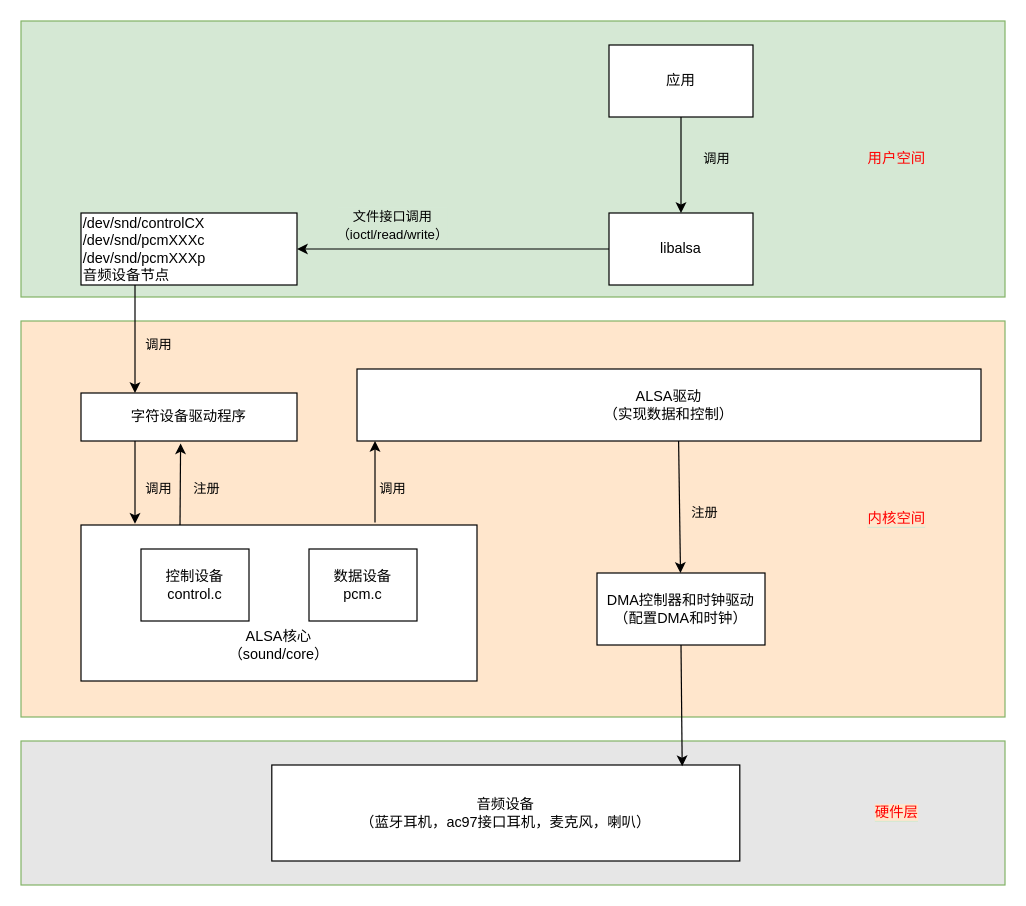
Allinaent/share keeps this draw.io diagram as alsa.drawio. Above is the earlier version. Source tidied: cells renumbered, new cells numbered last; positions are measured from the earlier drawing's top-left corner, leaving out a move shared by most shapes. Both pictures are drawn from the tidied source at 120%, with x=0, y=0 at pixel (20, 20).
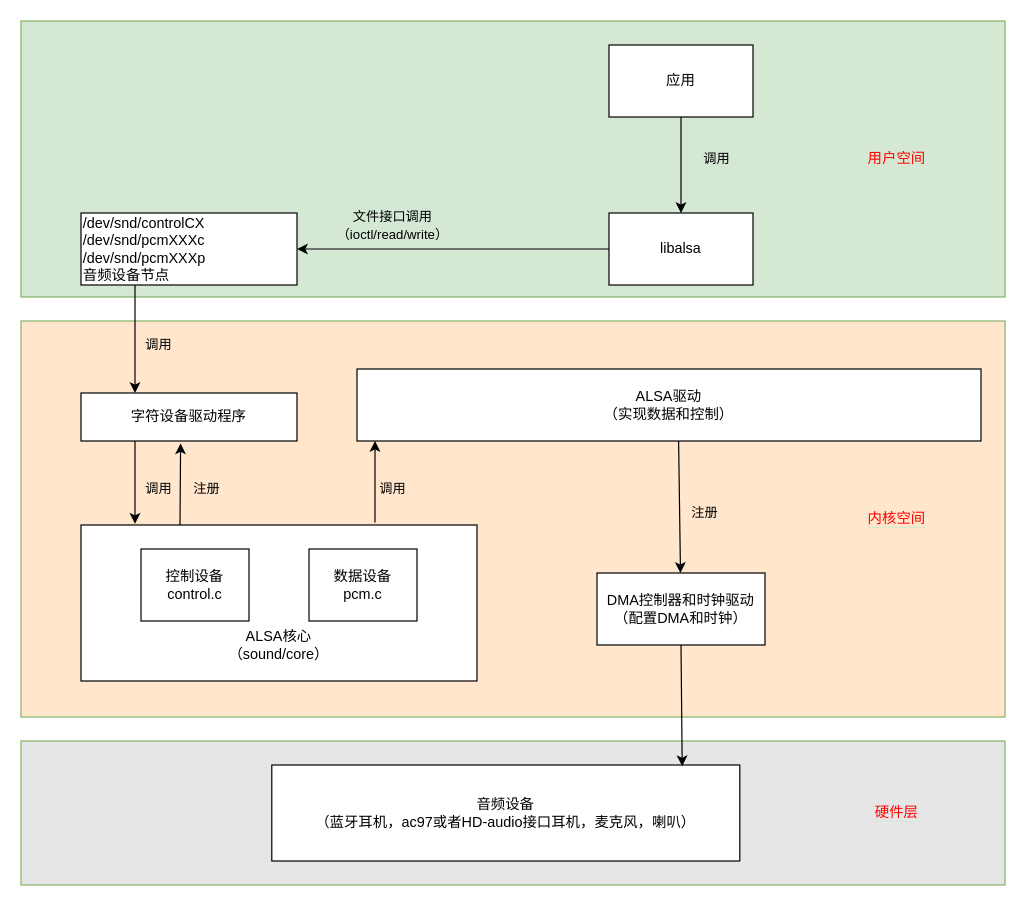
The same page after the edit.

Change to the diagram source:
```diff
@@
-    <mxCell id="22" value="&lt;span style=&quot;background-color: rgb(255 , 230 , 204)&quot;&gt;硬件层&lt;/span&gt;" style="text;html=1;strokeColor=none;fillColor=none;align=center;verticalAlign=middle;whiteSpace=wrap;rounded=0;labelBackgroundColor=#D5E8D4;fontColor=#FF0000;" parent="1" vertex="1">
+    <mxCell id="22" value="&lt;span style=&quot;background-color: rgb(230 , 230 , 230)&quot;&gt;硬件层&lt;/span&gt;" style="text;html=1;strokeColor=none;fillColor=none;align=center;verticalAlign=middle;whiteSpace=wrap;rounded=0;labelBackgroundColor=#D5E8D4;fontColor=#FF0000;" parent="1" vertex="1">
       <mxGeometry x="690" y="645" width="80" height="30" as="geometry" />
     </mxCell>
-    <mxCell id="23" value="音频设备&lt;br&gt;（蓝牙耳机，ac97接口耳机，麦克风，喇叭）" style="rounded=0;whiteSpace=wrap;html=1;labelBackgroundColor=none;fillColor=#FFFFFF;align=center;verticalAlign=middle;" parent="1" vertex="1">
+    <mxCell id="23" value="音频设备&lt;br&gt;（蓝牙耳机，ac97或者HD-audio接口耳机，麦克风，喇叭）" style="rounded=0;whiteSpace=wrap;html=1;labelBackgroundColor=none;fillColor=#FFFFFF;align=center;verticalAlign=middle;" parent="1" vertex="1">
       <mxGeometry x="209" y="620" width="390" height="80" as="geometry" />
     </mxCell>
```
